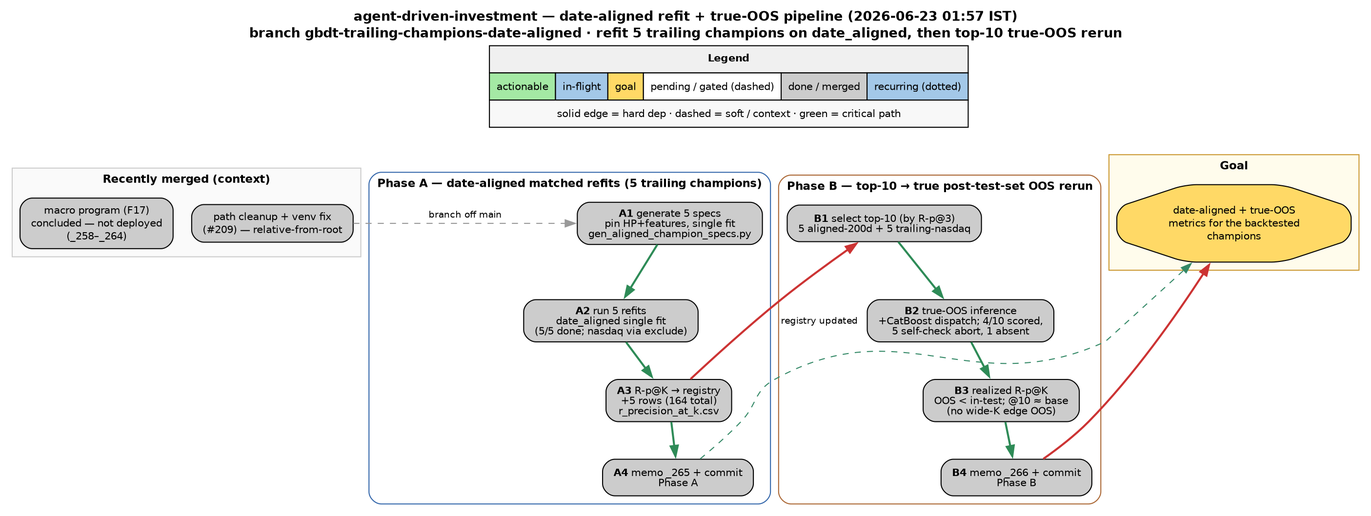
Before: docs/task_dependencies.png, a diagram exported from Graphviz (shayanrc/agent-driven-investment). Its source is kept beside it as docs/task_dependencies.dot.
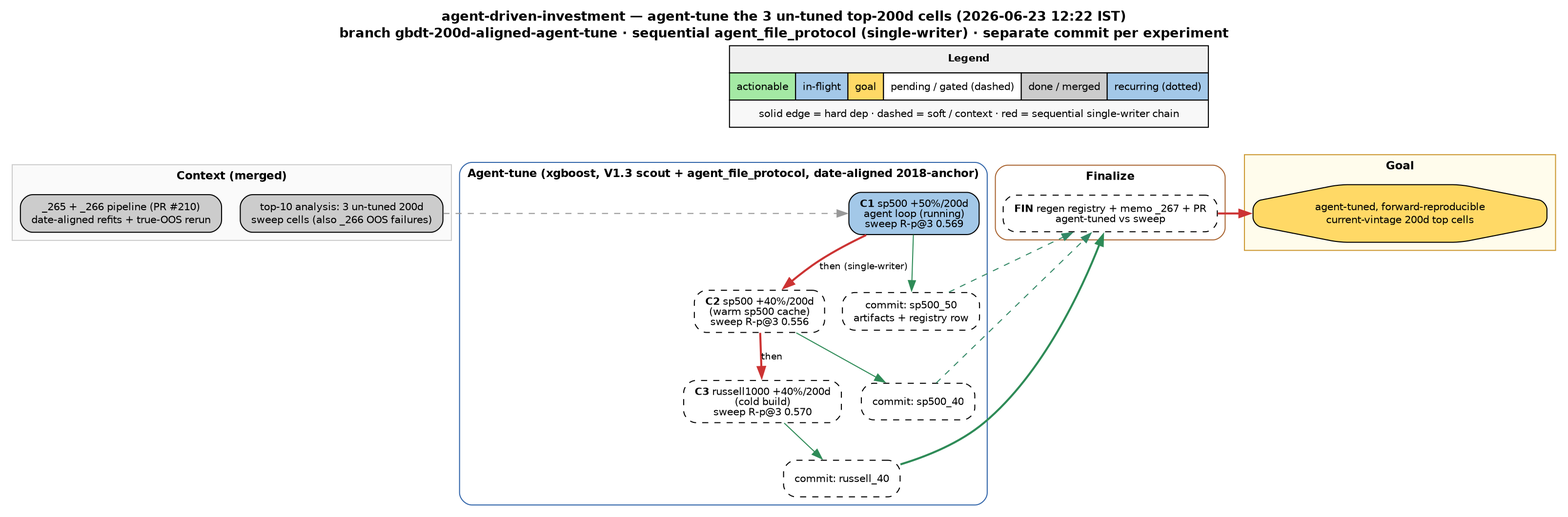
The same file after the commit.

Commit message:
chore(graph): agent-tune phase — C1 (sp500 +50%/200d) in-flight, C2/C3 gated

What changed in the source:
```diff
@@ -4,7 +4,7 @@
   bgcolor="white";
   node [fontname="Helvetica", fontsize=10, shape=box, style="rounded,filled", margin="0.15,0.08"];
   edge [fontname="Helvetica", fontsize=9];
-  graph [labelloc="t", label="agent-driven-investment — date-aligned refit + true-OOS pipeline (2026-06-23 01:57 IST)\nbranch gbdt-trailing-champions-date-aligned · refit 5 trailing champions on date_aligned, then top-10 true-OOS rerun", fontsize=13, fontname="Helvetica-Bold"];
+  graph [labelloc="t", label="agent-driven-investment — agent-tune the 3 un-tuned top-200d cells (2026-06-23 12:22 IST)\nbranch gbdt-200d-aligned-agent-tune · sequential agent_file_protocol (single-writer) · separate commit per experiment", fontsize=13, fontname="Helvetica-Bold"];
 
   {
     rank=source;
@@ -19,59 +19,59 @@
           <TD BGCOLOR="#cccccc">done / merged</TD>
           <TD BGCOLOR="#a3c8e8">recurring (dotted)</TD>
         </TR>
-        <TR><TD COLSPAN="6" BGCOLOR="#f8f8f8">solid edge = hard dep · dashed = soft / context · green = critical path</TD></TR>
+        <TR><TD COLSPAN="6" BGCOLOR="#f8f8f8">solid edge = hard dep · dashed = soft / context · red = sequential single-writer chain</TD></TR>
       </TABLE>
     >];
   }
 
   subgraph cluster_done {
-    label = "Recently merged (context)";
+    label = "Context (merged)";
     style = "filled"; fillcolor = "#fafafa"; color = "#cccccc";
     fontname = "Helvetica-Bold"; fontsize = 11;
-    macro [label="macro program (F17)\nconcluded — not deployed\n(_258–_264)", fillcolor="#cccccc"];
-    paths [label="path cleanup + venv fix\n(#209) — relative-from-root", fillcolor="#cccccc"];
+    prior [label="_265 + _266 pipeline (PR #210)\ndate-aligned refits + true-OOS rerun", fillcolor="#cccccc"];
+    ident [label="top-10 analysis: 3 un-tuned 200d\nsweep cells (also _266 OOS failures)", fillcolor="#cccccc"];
   }
 
-  subgraph cluster_A {
-    label = "Phase A — date-aligned matched refits (5 trailing champions)";
+  subgraph cluster_tune {
+    label = "Agent-tune (xgboost, V1.3 scout + agent_file_protocol, date-aligned 2018-anchor)";
     style = "rounded"; color = "#3366aa"; fontname = "Helvetica-Bold"; fontsize = 11;
-    A1 [label=<<B>A1</B> generate 5 specs<BR/>pin HP+features, single fit<BR/>gen_aligned_champion_specs.py>, fillcolor="#cccccc"];
-    A2 [label=<<B>A2</B> run 5 refits<BR/>date_aligned single fit<BR/>(5/5 done; nasdaq via exclude)>, fillcolor="#cccccc"];
-    A3 [label=<<B>A3</B> R-p@K &rarr; registry<BR/>+5 rows (164 total)<BR/>r_precision_at_k.csv>, fillcolor="#cccccc"];
-    A4 [label=<<B>A4</B> memo _265 + commit<BR/>Phase A>, fillcolor="#cccccc"];
+    C1 [label=<<B>C1</B> sp500 +50%/200d<BR/>agent loop (running)<BR/>sweep R-p@3 0.569>, fillcolor="#a3c8e8"];
+    C2 [label=<<B>C2</B> sp500 +40%/200d<BR/>(warm sp500 cache)<BR/>sweep R-p@3 0.556>, fillcolor="#ffffff", style="rounded,filled,dashed"];
+    C3 [label=<<B>C3</B> russell1000 +40%/200d<BR/>(cold build)<BR/>sweep R-p@3 0.570>, fillcolor="#ffffff", style="rounded,filled,dashed"];
+    K1 [label=<commit: sp500_50<BR/>artifacts + registry row>, fillcolor="#ffffff", style="rounded,filled,dashed"];
+    K2 [label=<commit: sp500_40>, fillcolor="#ffffff", style="rounded,filled,dashed"];
+    K3 [label=<commit: russell_40>, fillcolor="#ffffff", style="rounded,filled,dashed"];
   }
 
-  subgraph cluster_B {
-    label = "Phase B — top-10 &rarr; true post-test-set OOS rerun";
+  subgraph cluster_fin {
+    label = "Finalize";
     style = "rounded"; color = "#aa6633"; fontname = "Helvetica-Bold"; fontsize = 11;
-    B1 [label=<<B>B1</B> select top-10 (by R-p@3)<BR/>5 aligned-200d + 5 trailing-nasdaq>, fillcolor="#cccccc"];
-    B2 [label=<<B>B2</B> true-OOS inference<BR/>+CatBoost dispatch; 4/10 scored,<BR/>5 self-check abort, 1 absent>, fillcolor="#cccccc"];
-    B3 [label=<<B>B3</B> realized R-p@K<BR/>OOS &lt; in-test; @10 &asymp; base<BR/>(no wide-K edge OOS)>, fillcolor="#cccccc"];
-    B4 [label=<<B>B4</B> memo _266 + commit<BR/>Phase B>, fillcolor="#cccccc"];
+    FIN [label=<<B>FIN</B> regen registry + memo _267 + PR<BR/>agent-tuned vs sweep>, fillcolor="#ffffff", style="rounded,filled,dashed"];
   }
 
   subgraph cluster_goal {
     label = "Goal"; style = "filled"; fillcolor = "#fffcec"; color = "#cc9933";
     fontname = "Helvetica-Bold"; fontsize = 11;
-    G [label="date-aligned + true-OOS\nmetrics for the backtested\nchampions", fillcolor="#ffd966", shape=octagon];
+    G [label="agent-tuned, forward-reproducible\ncurrent-vintage 200d top cells", fillcolor="#ffd966", shape=octagon];
   }
 
-  legend -> macro [style="invis", weight=100];
-  legend -> A1 [style="invis", weight=100];
-  legend -> B1 [style="invis", weight=100];
+  legend -> prior [style="invis", weight=100];
+  legend -> C1 [style="invis", weight=100];
+  legend -> FIN [style="invis", weight=100];
   legend -> G  [style="invis", weight=100];
 
-  paths -> A1 [style="dashed", color="#999999", label="branch off main"];
+  ident -> C1 [style="dashed", color="#999999"];
 
-  A1 -> A2 [color="#2e8b57", penwidth=2];
-  A2 -> A3 [color="#2e8b57", penwidth=2];
-  A3 -> A4 [color="#2e8b57", penwidth=2];
+  C1 -> C2 [color="#cc3333", penwidth=2, label="then (single-writer)"];
+  C2 -> C3 [color="#cc3333", penwidth=2, label="then"];
 
-  A3 -> B1 [color="#cc3333", penwidth=2, label="registry updated"];
-  B1 -> B2 [color="#2e8b57", penwidth=2];
-  B2 -> B3 [color="#2e8b57", penwidth=2];
-  B3 -> B4 [color="#2e8b57", penwidth=2];
+  C1 -> K1 [color="#2e8b57"];
+  C2 -> K2 [color="#2e8b57"];
+  C3 -> K3 [color="#2e8b57"];
 
-  A4 -> G [style="dashed", color="#338866"];
-  B4 -> G [color="#cc3333", penwidth=2];
+  K1 -> FIN [style="dashed", color="#338866"];
+  K2 -> FIN [style="dashed", color="#338866"];
+  K3 -> FIN [color="#2e8b57", penwidth=2];
+
+  FIN -> G [color="#cc3333", penwidth=2];
 }
```
